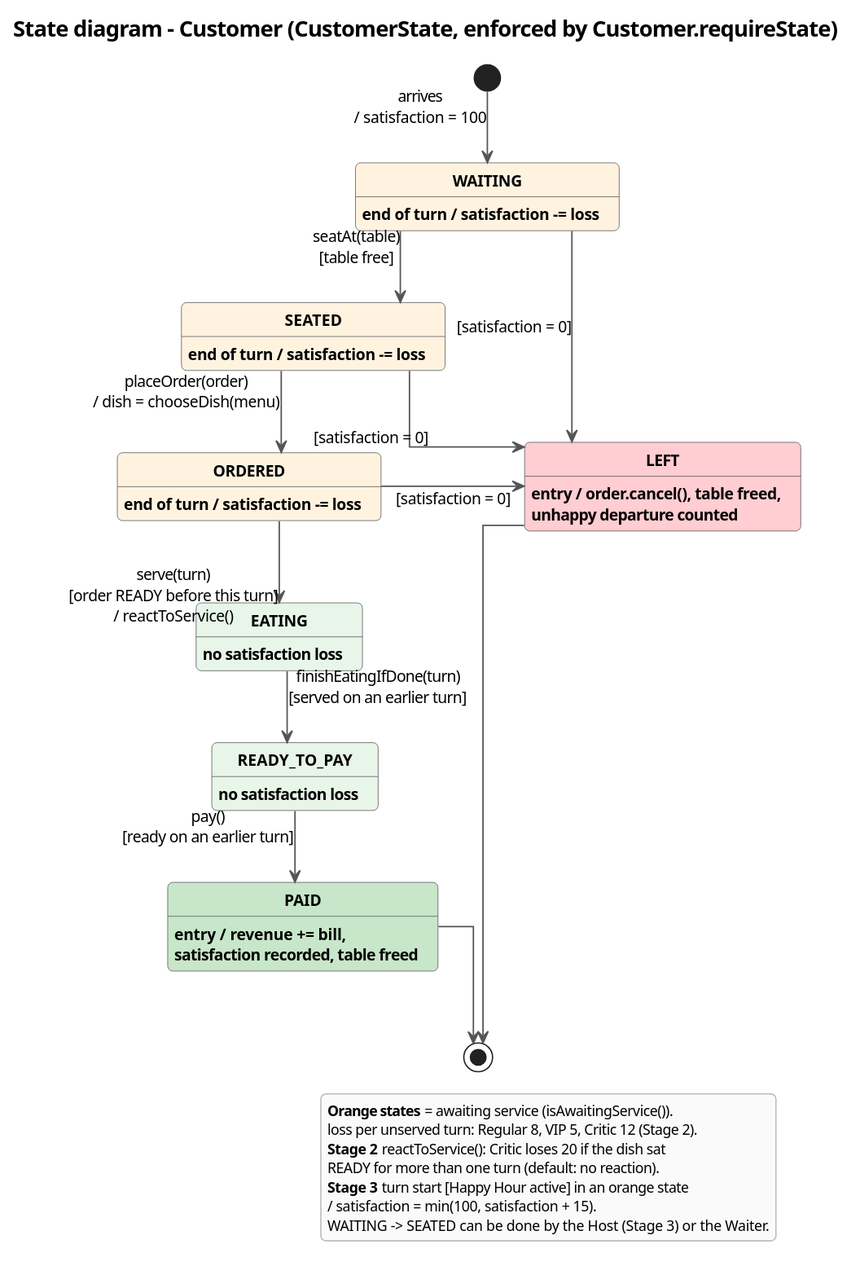
Before: docs/diagrams/state-customer.svg, a diagram exported from PlantUML (SleepyBryan01/SC2002_OOP_Restaurant_Rush).
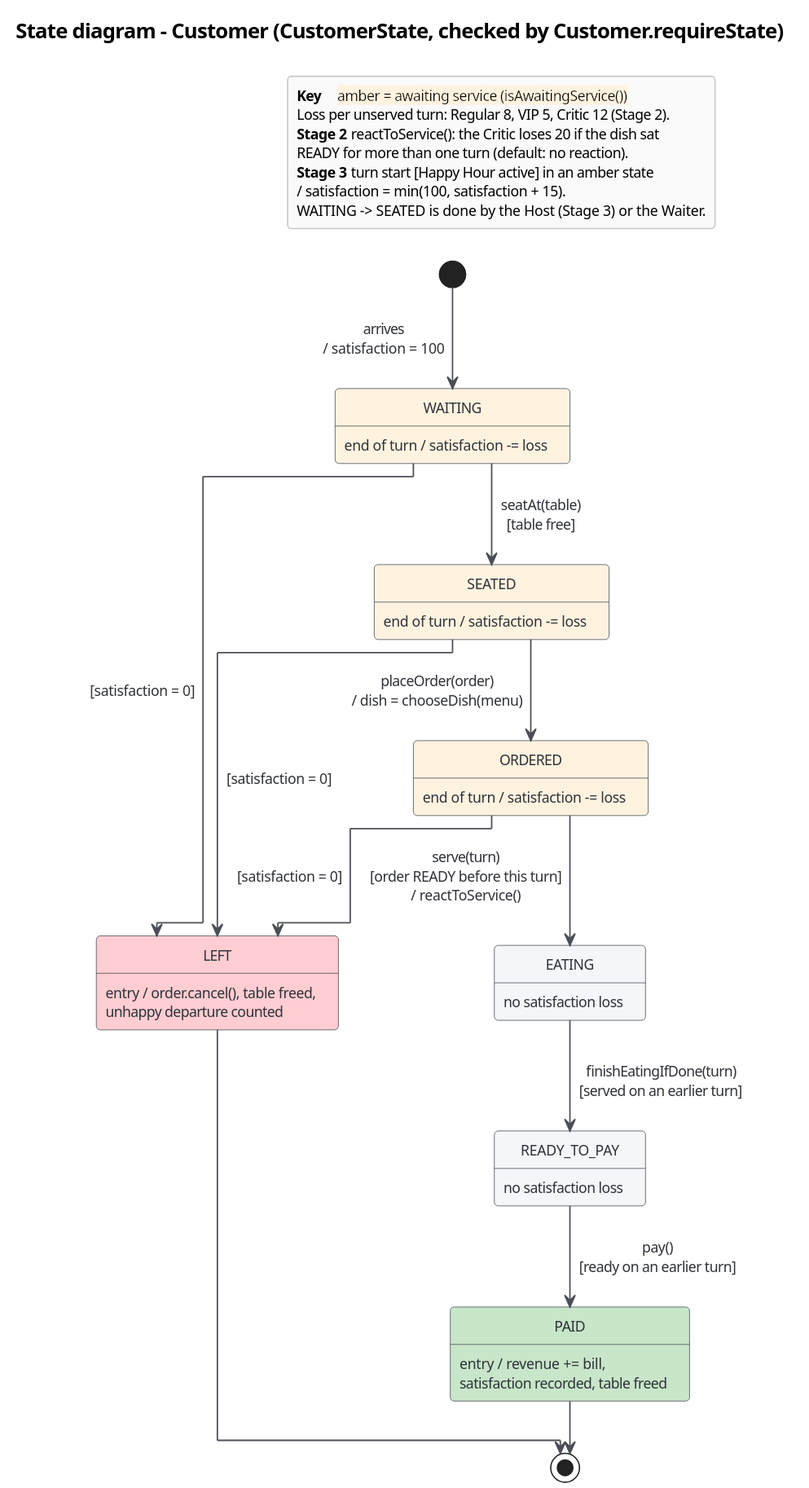
The same file after the commit.

Diff of the diagram source:
```diff
@@ -1,32 +1,14 @@
 @startuml
 !include style.iuml
-skinparam nodesep 110
-skinparam ranksep 55
-skinparam state {
-  BackgroundColor #E8F5E9
-  BorderColor #5A5A5A
-  FontStyle bold
-}
-title State diagram - Customer (CustomerState, enforced by Customer.requireState)
+title State diagram - Customer (CustomerState, checked by Customer.requireState)
 
-state WAITING #FFF3E0
-state SEATED #FFF3E0
-state ORDERED #FFF3E0
-state PAID #C8E6C9
-state LEFT #FFCDD2
-
-[*] --> WAITING : arrives\n/ satisfaction = 100
-WAITING --> SEATED : seatAt(table)\n[table free]
-SEATED --> ORDERED : placeOrder(order)\n/ dish = chooseDish(menu)
-ORDERED --> EATING : serve(turn)\n[order READY before this turn]\n/ reactToService()
-EATING --> READY_TO_PAY : finishEatingIfDone(turn)\n[served on an earlier turn]
-READY_TO_PAY --> PAID : pay()\n[ready on an earlier turn]
-PAID --> [*]
-
-WAITING -right-> LEFT : [satisfaction = 0]
-SEATED -right-> LEFT : [satisfaction = 0]
-ORDERED -right-> LEFT : [satisfaction = 0]
-LEFT --> [*]
+state WAITING WAITC
+state SEATED WAITC
+state ORDERED WAITC
+state EATING
+state READY_TO_PAY
+state PAID GOODC
+state LEFT BADC
 
 WAITING : end of turn / satisfaction -= loss
 SEATED : end of turn / satisfaction -= loss
@@ -36,13 +18,25 @@
 PAID : entry / revenue += bill,\nsatisfaction recorded, table freed
 LEFT : entry / order.cancel(), table freed,\nunhappy departure counted
 
-legend right
-  <b>Orange states</b> = awaiting service (isAwaitingService()).
-  loss per unserved turn: Regular 8, VIP 5, Critic 12 (Stage 2).
-  <b>Stage 2</b> reactToService(): Critic loses 20 if the dish sat
+[*] --> WAITING : arrives\n/ satisfaction = 100
+WAITING --> SEATED : seatAt(table)\n[table free]
+SEATED --> ORDERED : placeOrder(order)\n/ dish = chooseDish(menu)
+ORDERED --> EATING : serve(turn)\n[order READY before this turn]\n/ reactToService()
+EATING --> READY_TO_PAY : finishEatingIfDone(turn)\n[served on an earlier turn]
+READY_TO_PAY --> PAID : pay()\n[ready on an earlier turn]
+WAITING --> LEFT : [satisfaction = 0]
+SEATED --> LEFT : [satisfaction = 0]
+ORDERED --> LEFT : [satisfaction = 0]
+PAID --> [*]
+LEFT --> [*]
+
+legend top right
+  <b>Key</b>  <back:#FFF3E0>  amber = awaiting service (isAwaitingService())  </back>
+  Loss per unserved turn: Regular 8, VIP 5, Critic 12 (Stage 2).
+  <b>Stage 2</b> reactToService(): the Critic loses 20 if the dish sat
   READY for more than one turn (default: no reaction).
-  <b>Stage 3</b> turn start [Happy Hour active] in an orange state
+  <b>Stage 3</b> turn start [Happy Hour active] in an amber state
   / satisfaction = min(100, satisfaction + 15).
-  WAITING -> SEATED can be done by the Host (Stage 3) or the Waiter.
+  WAITING -> SEATED is done by the Host (Stage 3) or the Waiter.
 endlegend
 @enduml
```
